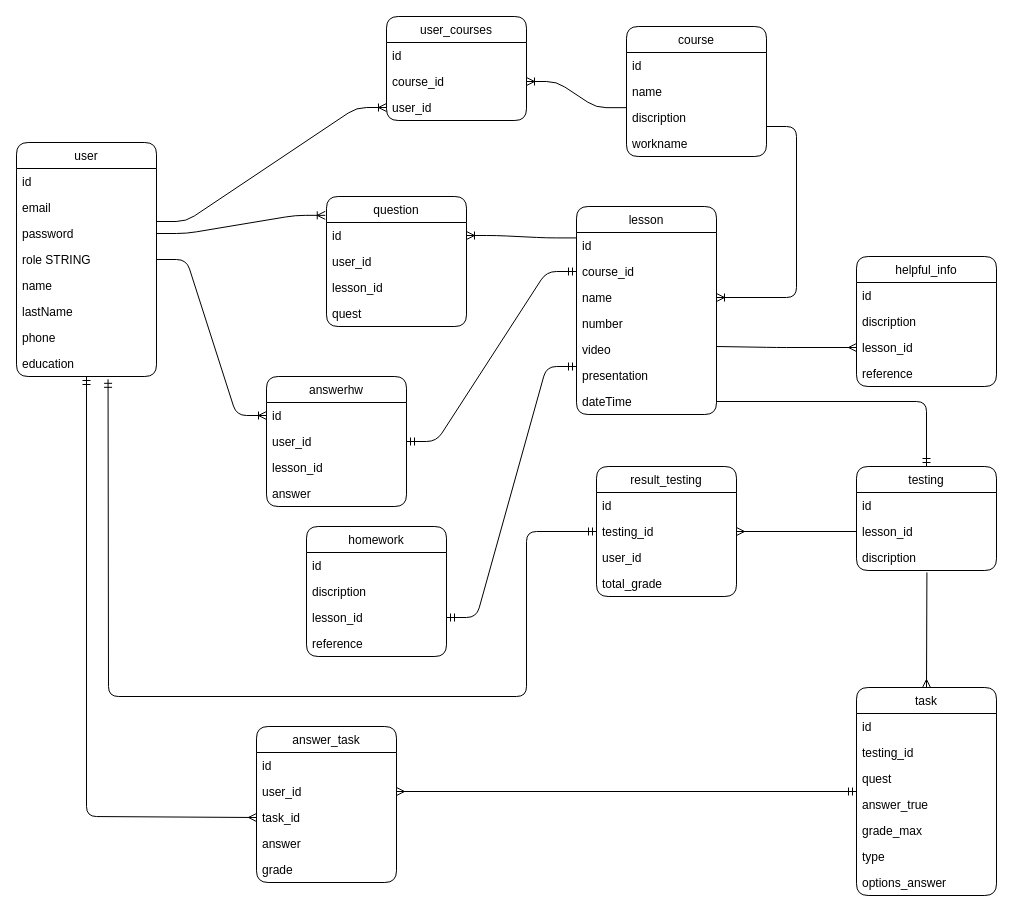
Before: База данных.drawio in blumkvist1/NewSoftTwo, a draw.io diagram. Source tidied: cells renumbered, new cells numbered last; positions are measured from the earlier drawing's top-left corner, leaving out a move shared by most shapes. Both pictures are drawn from the tidied source at 100%, with x=0, y=0 at pixel (16, 16).
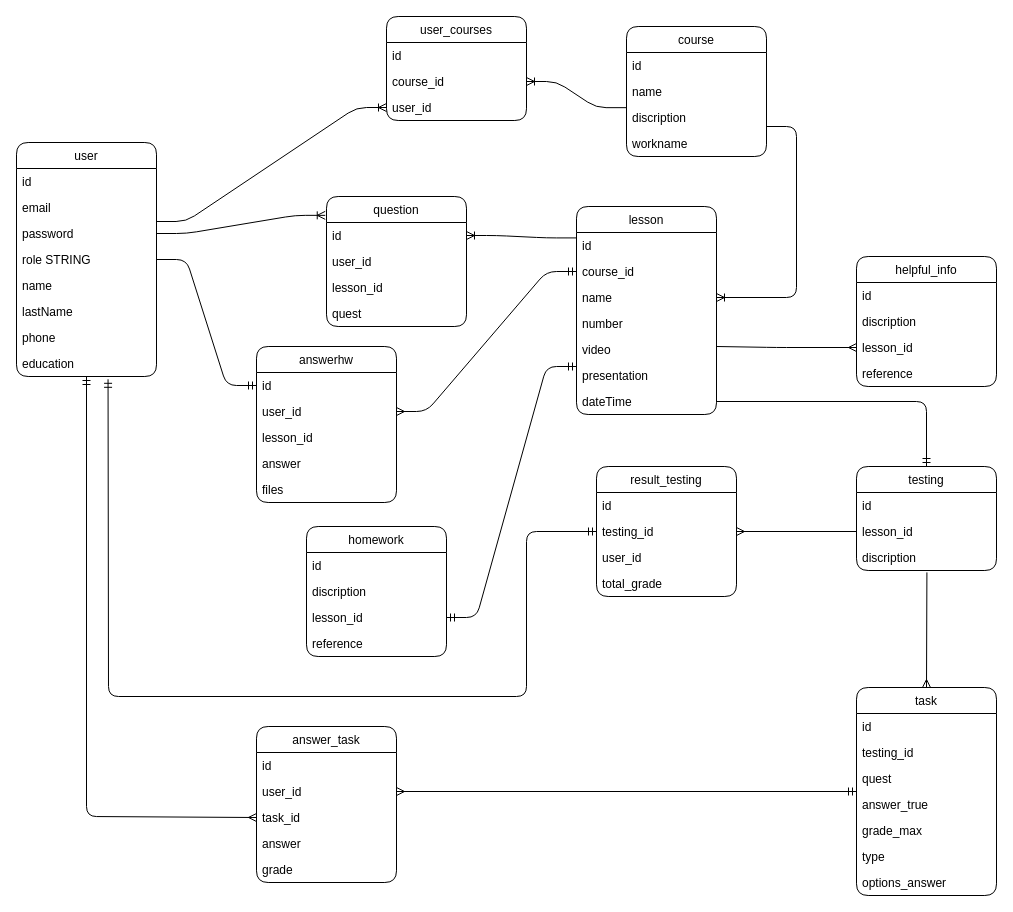
After the change.

The change refers to these unchanged cells:
```xml
<mxCell id="12" value="role STRING" style="text;strokeColor=none;fillColor=none;align=left;verticalAlign=top;spacingLeft=4;spacingRight=4;overflow=hidden;points=[[0,0.5],[1,0.5]];portConstraint=eastwest;rounded=1;" parent="8" vertex="1">
  <mxGeometry y="104" width="140" height="26" as="geometry" />
</mxCell>
<mxCell id="26" value="course_id" style="text;strokeColor=none;fillColor=none;align=left;verticalAlign=top;spacingLeft=4;spacingRight=4;overflow=hidden;points=[[0,0.5],[1,0.5]];portConstraint=eastwest;rounded=1;" parent="24" vertex="1">
  <mxGeometry y="52" width="140" height="26" as="geometry" />
</mxCell>
<mxCell id="40" value="id" style="text;strokeColor=none;fillColor=none;align=left;verticalAlign=top;spacingLeft=4;spacingRight=4;overflow=hidden;points=[[0,0.5],[1,0.5]];portConstraint=eastwest;rounded=1;" parent="39" vertex="1">
  <mxGeometry y="26" width="140" height="26" as="geometry" />
</mxCell>
<mxCell id="41" value="user_id" style="text;strokeColor=none;fillColor=none;align=left;verticalAlign=top;spacingLeft=4;spacingRight=4;overflow=hidden;points=[[0,0.5],[1,0.5]];portConstraint=eastwest;rounded=1;" parent="39" vertex="1">
  <mxGeometry y="52" width="140" height="26" as="geometry" />
</mxCell>
```

Change to the diagram source:
```diff
@@
-    <mxCell id="37" style="edgeStyle=entityRelationEdgeStyle;fontSize=12;html=1;endArrow=ERmandOne;startArrow=ERmandOne;rounded=1;strokeColor=default;entryX=0;entryY=0.5;entryDx=0;entryDy=0;" parent="1" edge="1" source="41" target="26">
+    <mxCell id="37" style="edgeStyle=entityRelationEdgeStyle;fontSize=12;html=1;endArrow=ERmandOne;startArrow=ERmany;rounded=1;strokeColor=default;entryX=0;entryY=0.5;entryDx=0;entryDy=0;endFill=0;startFill=0;" parent="1" edge="1" source="41" target="26">
       <mxGeometry relative="1" as="geometry" />
     </mxCell>
@@
     <mxCell id="39" value="answerhw" style="swimlane;fontStyle=0;horizontal=1;startSize=26;fillColor=none;rounded=1;" parent="1" vertex="1">
-      <mxGeometry x="250" y="360" width="140" height="130" as="geometry" />
+      <mxGeometry x="240" y="330" width="140" height="156" as="geometry" />
     </mxCell>
@@
+    <mxCell id="86" value="files" style="text;strokeColor=none;fillColor=none;align=left;verticalAlign=top;spacingLeft=4;spacingRight=4;overflow=hidden;rounded=1;" parent="39" vertex="1">
+      <mxGeometry y="130" width="140" height="26" as="geometry" />
+    </mxCell>
@@
-    <mxCell id="46" style="edgeStyle=entityRelationEdgeStyle;fontSize=12;html=1;endArrow=ERoneToMany;rounded=1;strokeColor=default;entryX=0;entryY=0.5;entryDx=0;entryDy=0;exitX=1;exitY=0.5;exitDx=0;exitDy=0;" parent="1" edge="1" source="12" target="40">
+    <mxCell id="46" style="edgeStyle=entityRelationEdgeStyle;fontSize=12;html=1;endArrow=ERmandOne;rounded=1;strokeColor=default;entryX=0;entryY=0.5;entryDx=0;entryDy=0;exitX=1;exitY=0.5;exitDx=0;exitDy=0;endFill=0;" parent="1" edge="1" source="12" target="40">
       <mxGeometry relative="1" as="geometry" />
     </mxCell>
```
